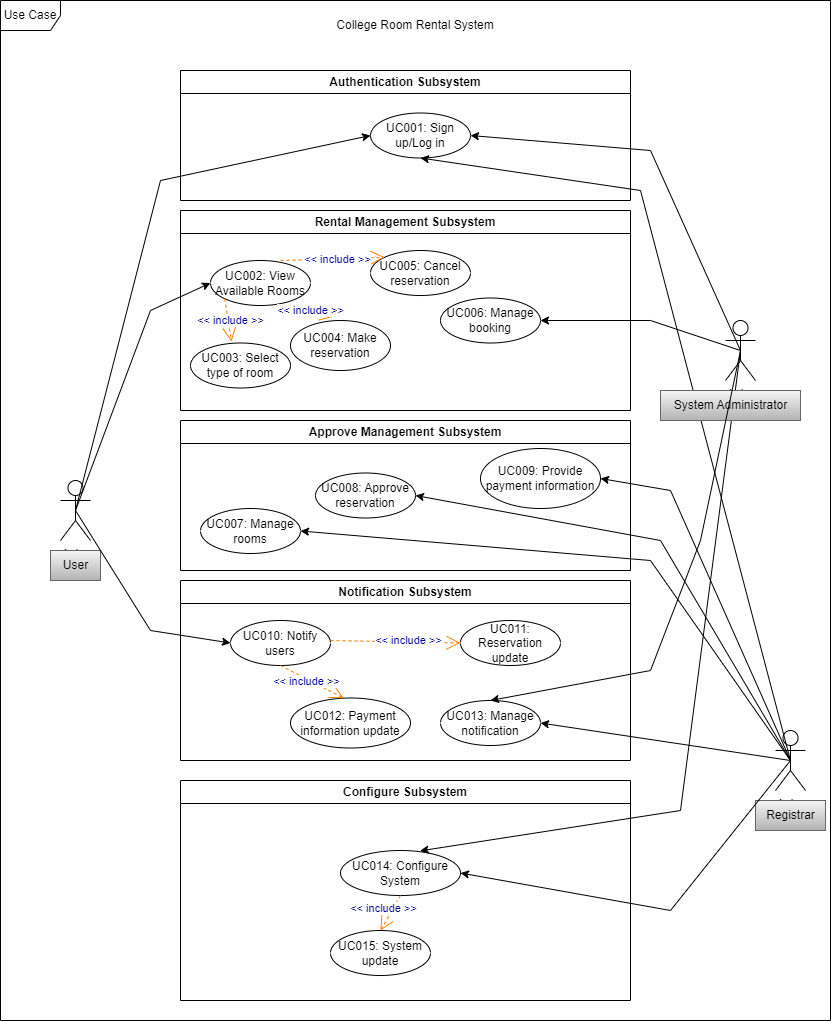
drshahizan/software-engineering keeps this draw.io diagram as project/drawio/Alpha/useCasediagram.drawio.png. Above is the earlier version. Source tidied: cells renumbered, new cells last; positions are measured from the earlier drawing's top-left corner, leaving out a move shared by most shapes.
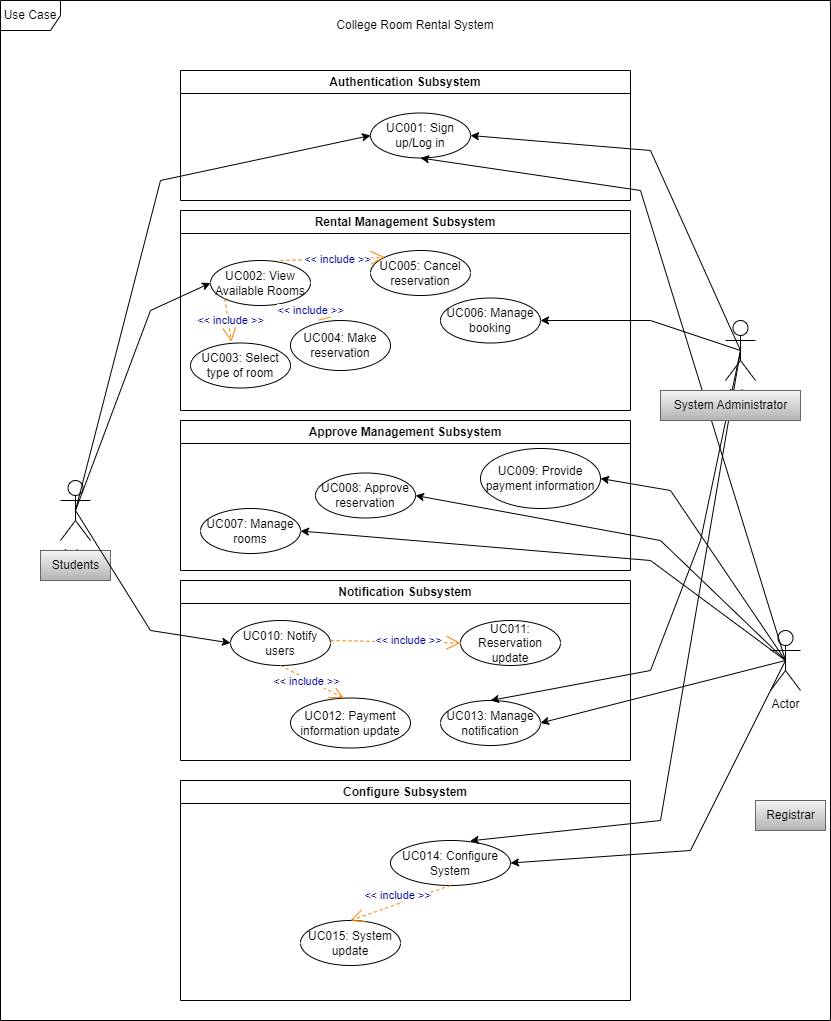
After the change.

The edit, as a diff of the source:
```diff
@@ -86,10 +86,10 @@
       <mxGeometry x="180" y="780" width="450" height="220" as="geometry" />
     </mxCell>
     <mxCell id="27" value="UC014: Configure System" style="ellipse;whiteSpace=wrap;html=1;" parent="26" vertex="1">
-      <mxGeometry x="160" y="70" width="120" height="45" as="geometry" />
+      <mxGeometry x="210" y="60" width="120" height="45" as="geometry" />
     </mxCell>
     <mxCell id="28" value="UC015: System update" style="ellipse;whiteSpace=wrap;html=1;" parent="26" vertex="1">
-      <mxGeometry x="150" y="150" width="100" height="45" as="geometry" />
+      <mxGeometry x="120" y="140" width="100" height="45" as="geometry" />
     </mxCell>
     <mxCell id="29" value="&amp;lt;&amp;lt; include &amp;gt;&amp;gt;" style="endArrow=open;endSize=12;dashed=1;html=1;exitX=0.5;exitY=1;fontColor=#000099;strokeColor=#FF8000;exitDx=0;exitDy=0;entryX=0.5;entryY=0;entryDx=0;entryDy=0;" parent="26" edge="1" source="27" target="28">
       <mxGeometry y="-8" relative="1" as="geometry" />
@@ -97,14 +97,14 @@
     <mxCell id="30" value="Actor" style="shape=umlActor;verticalLabelPosition=bottom;verticalAlign=top;html=1;outlineConnect=0;" parent="1" vertex="1">
       <mxGeometry x="60" y="480" width="30" height="60" as="geometry" />
     </mxCell>
-    <mxCell id="31" value="User" style="text;html=1;align=center;verticalAlign=middle;strokeColor=#666666;fillColor=#f5f5f5;gradientColor=#b3b3b3;" parent="1" vertex="1">
-      <mxGeometry x="50" y="550" width="50" height="30" as="geometry" />
+    <mxCell id="31" value="Students" style="text;html=1;align=center;verticalAlign=middle;strokeColor=#666666;fillColor=#f5f5f5;gradientColor=#b3b3b3;" parent="1" vertex="1">
+      <mxGeometry x="40" y="550" width="70" height="30" as="geometry" />
     </mxCell>
     <mxCell id="32" value="Actor" style="shape=umlActor;verticalLabelPosition=bottom;verticalAlign=top;html=1;outlineConnect=0;" parent="1" vertex="1">
       <mxGeometry x="725" y="320" width="30" height="60" as="geometry" />
     </mxCell>
     <mxCell id="33" value="Actor" style="shape=umlActor;verticalLabelPosition=bottom;verticalAlign=top;html=1;outlineConnect=0;" parent="1" vertex="1">
-      <mxGeometry x="775" y="730" width="30" height="60" as="geometry" />
+      <mxGeometry x="770" y="630" width="30" height="60" as="geometry" />
     </mxCell>
     <mxCell id="34" value="Registrar" style="text;html=1;align=center;verticalAlign=middle;strokeColor=#666666;fillColor=#f5f5f5;gradientColor=#b3b3b3;" parent="1" vertex="1">
       <mxGeometry x="755" y="800" width="70" height="30" as="geometry" />
@@ -178,27 +178,27 @@
     <mxCell id="45" style="endArrow=classic;html=1;rounded=0;entryX=1;entryY=0.5;entryDx=0;entryDy=0;exitX=0.5;exitY=0.5;exitDx=0;exitDy=0;exitPerimeter=0;" parent="1" edge="1" source="33" target="27">
       <mxGeometry relative="1" as="geometry">
         <Array as="points">
-          <mxPoint x="670" y="910" />
+          <mxPoint x="690" y="850" />
         </Array>
       </mxGeometry>
     </mxCell>
     <mxCell id="46" style="endArrow=classic;html=1;rounded=0;exitX=0.5;exitY=0.5;exitDx=0;exitDy=0;exitPerimeter=0;entryX=0.664;entryY=0.008;entryDx=0;entryDy=0;entryPerimeter=0;" parent="1" edge="1" source="32" target="27">
       <mxGeometry relative="1" as="geometry">
         <Array as="points">
-          <mxPoint x="680" y="810" />
+          <mxPoint x="660" y="820" />
         </Array>
       </mxGeometry>
     </mxCell>
+    <mxCell id="48" style="endArrow=classic;html=1;rounded=0;entryX=0.5;entryY=0;entryDx=0;entryDy=0;exitX=0.5;exitY=0.5;exitDx=0;exitDy=0;exitPerimeter=0;" parent="1" edge="1" source="32" target="23">
+      <mxGeometry relative="1" as="geometry">
+        <Array as="points">
+          <mxPoint x="700" y="540" />
+          <mxPoint x="650" y="670" />
+        </Array>
+      </mxGeometry>
+    </mxCell>
     <mxCell id="47" value="System Administrator&lt;br&gt;" style="text;html=1;align=center;verticalAlign=middle;strokeColor=#666666;fillColor=#f5f5f5;gradientColor=#b3b3b3;" parent="1" vertex="1">
       <mxGeometry x="660" y="390" width="140" height="30" as="geometry" />
     </mxCell>
-    <mxCell id="48" style="endArrow=classic;html=1;rounded=0;entryX=0.5;entryY=0;entryDx=0;entryDy=0;exitX=0.5;exitY=0.5;exitDx=0;exitDy=0;exitPerimeter=0;" parent="1" edge="1" source="32" target="23">
-      <mxGeometry relative="1" as="geometry">
-        <Array as="points">
-          <mxPoint x="700" y="540" />
-          <mxPoint x="650" y="670" />
-        </Array>
-      </mxGeometry>
-    </mxCell>
   </root>
 </mxGraphModel>
```
